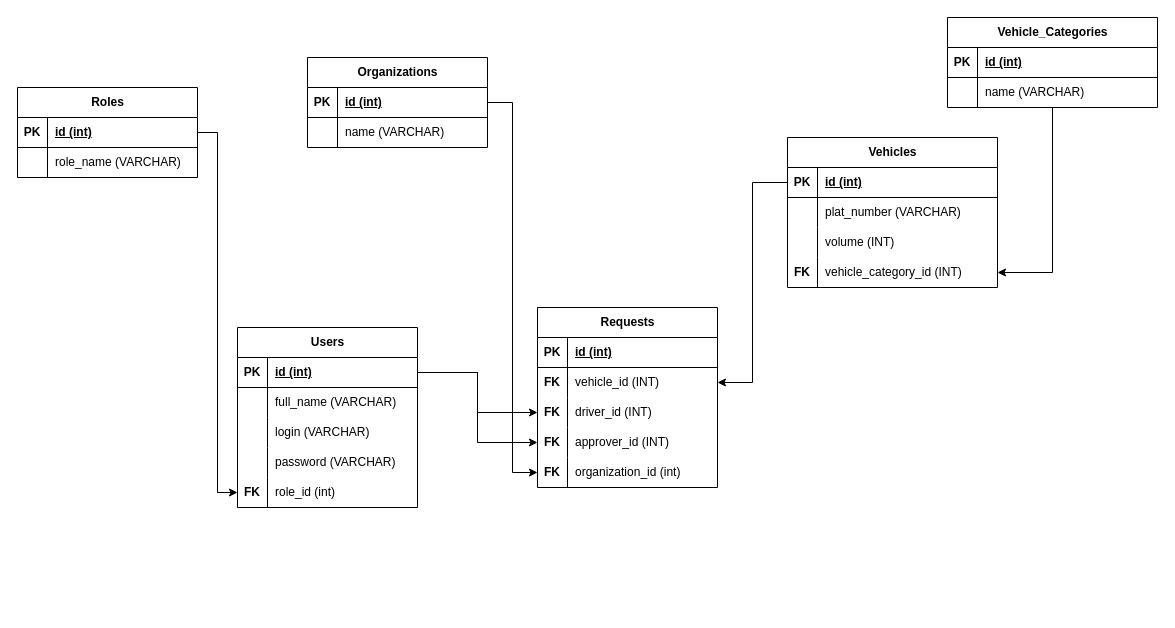
Before: torf-be.drawio in fao30/alena, a draw.io diagram. Source tidied: cells renumbered, new cells numbered last; positions are measured from the earlier drawing's top-left corner, leaving out a move shared by most shapes. Both pictures are drawn from the tidied source at 100%, with x=0, y=0 at pixel (17, 17).
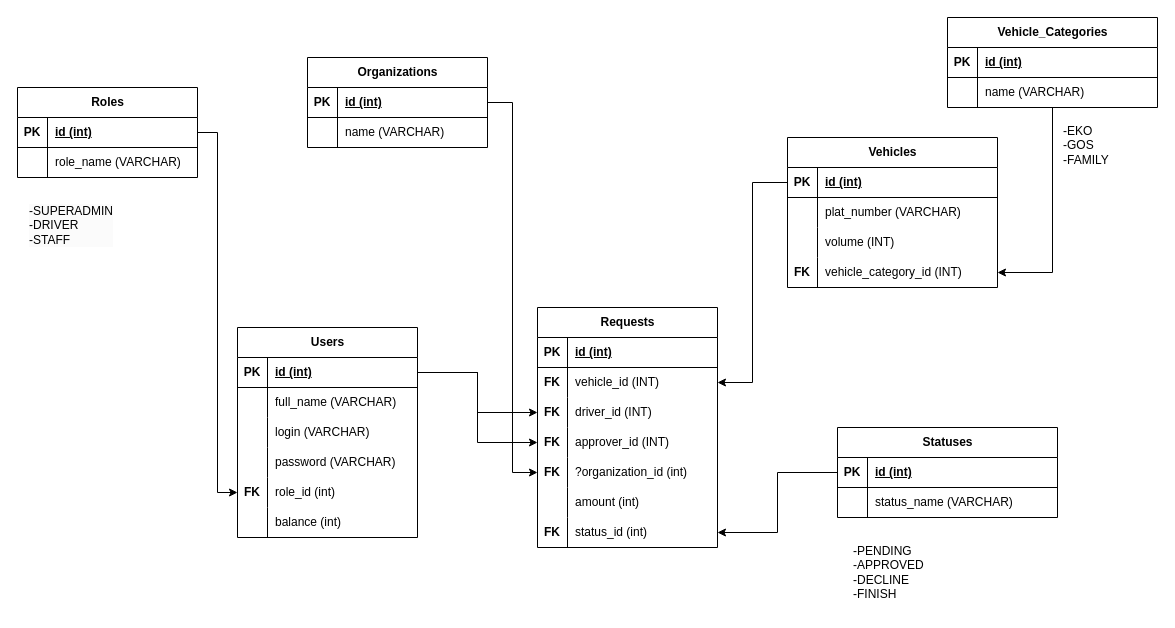
The same page after the edit.

Unchanged cells that the change refers to:
```xml
<mxCell id="67" style="shape=tableRow;horizontal=0;startSize=0;swimlaneHead=0;swimlaneBody=0;fillColor=none;points=[[0,0.5],[1,0.5]];portConstraint=eastwest;top=0;left=0;right=0;bottom=0;" parent="54" vertex="1">
  <mxGeometry y="150" width="180" height="30" as="geometry" />
</mxCell>
```

The edit, as a diff of the source:
```diff
@@
     <mxCell id="2" value="Users" style="shape=table;startSize=30;childLayout=tableLayout;rowLines=0;fontStyle=1;align=center;html=1;" parent="1" vertex="1">
-      <mxGeometry x="220" y="310" width="180" height="180" as="geometry" />
+      <mxGeometry x="220" y="310" width="180" height="210" as="geometry" />
     </mxCell>
@@
+    <mxCell id="74" style="shape=tableRow;horizontal=0;startSize=0;swimlaneHead=0;swimlaneBody=0;fillColor=none;top=0;left=0;right=0;bottom=0;" parent="2" vertex="1">
+      <mxGeometry y="180" width="180" height="30" as="geometry" />
+    </mxCell>
+    <mxCell id="75" style="shape=partialRectangle;fillColor=none;top=0;left=0;bottom=0;right=0;overflow=hidden;whiteSpace=wrap;html=1;" parent="74" vertex="1">
+      <mxGeometry width="30" height="30" as="geometry" />
+    </mxCell>
+    <mxCell id="76" value="balance (int)" style="shape=partialRectangle;fillColor=none;top=0;left=0;bottom=0;right=0;align=left;spacingLeft=6;overflow=hidden;whiteSpace=wrap;html=1;" parent="74" vertex="1">
+      <mxGeometry x="30" width="150" height="30" as="geometry" />
+    </mxCell>
@@
     <mxCell id="54" value="Requests" style="shape=table;startSize=30;childLayout=tableLayout;rowLines=0;fontStyle=1;align=center;html=1;" parent="1" vertex="1">
-      <mxGeometry x="520" y="290" width="180" height="180" as="geometry" />
+      <mxGeometry x="520" y="290" width="180" height="240" as="geometry" />
     </mxCell>
@@
-    <mxCell id="69" value="organization_id (int)" style="shape=partialRectangle;fillColor=none;top=0;left=0;bottom=0;right=0;align=left;spacingLeft=6;overflow=hidden;whiteSpace=wrap;html=1;" parent="67" vertex="1">
+    <mxCell id="69" value="?organization_id (int)" style="shape=partialRectangle;fillColor=none;top=0;left=0;bottom=0;right=0;align=left;spacingLeft=6;overflow=hidden;whiteSpace=wrap;html=1;" parent="67" vertex="1">
       <mxGeometry x="30" width="150" height="30" as="geometry" />
     </mxCell>
+    <mxCell id="77" style="shape=tableRow;horizontal=0;startSize=0;swimlaneHead=0;swimlaneBody=0;fillColor=none;top=0;left=0;right=0;bottom=0;" parent="54" vertex="1">
+      <mxGeometry y="180" width="180" height="30" as="geometry" />
+    </mxCell>
+    <mxCell id="78" style="shape=partialRectangle;fillColor=none;top=0;left=0;bottom=0;right=0;overflow=hidden;whiteSpace=wrap;html=1;" parent="77" vertex="1">
+      <mxGeometry width="30" height="30" as="geometry" />
+    </mxCell>
+    <mxCell id="79" value="amount (int)" style="shape=partialRectangle;fillColor=none;top=0;left=0;bottom=0;right=0;align=left;spacingLeft=6;overflow=hidden;whiteSpace=wrap;html=1;" parent="77" vertex="1">
+      <mxGeometry x="30" width="150" height="30" as="geometry" />
+    </mxCell>
+    <mxCell id="80" style="shape=tableRow;horizontal=0;startSize=0;swimlaneHead=0;swimlaneBody=0;fillColor=none;points=[[0,0.5],[1,0.5]];portConstraint=eastwest;top=0;left=0;right=0;bottom=0;" parent="54" vertex="1">
+      <mxGeometry y="210" width="180" height="30" as="geometry" />
+    </mxCell>
+    <mxCell id="81" value="&lt;b&gt;FK&lt;/b&gt;" style="shape=partialRectangle;fillColor=none;top=0;left=0;bottom=0;right=0;overflow=hidden;whiteSpace=wrap;html=1;" parent="80" vertex="1">
+      <mxGeometry width="30" height="30" as="geometry" />
+    </mxCell>
+    <mxCell id="82" value="status_id (int)" style="shape=partialRectangle;fillColor=none;top=0;left=0;bottom=0;right=0;align=left;spacingLeft=6;overflow=hidden;whiteSpace=wrap;html=1;" parent="80" vertex="1">
+      <mxGeometry x="30" width="150" height="30" as="geometry" />
+    </mxCell>
@@
+    <mxCell id="83" value="Statuses" style="shape=table;startSize=30;childLayout=tableLayout;rowLines=0;fontStyle=1;align=center;html=1;" parent="1" vertex="1">
+      <mxGeometry x="820" y="410" width="220" height="90" as="geometry" />
+    </mxCell>
+    <mxCell id="84" style="shape=tableRow;horizontal=0;startSize=0;swimlaneHead=0;swimlaneBody=0;fillColor=none;points=[[0,0.5],[1,0.5]];portConstraint=eastwest;top=0;left=0;right=0;bottom=1;" parent="83" vertex="1">
+      <mxGeometry y="30" width="220" height="30" as="geometry" />
+    </mxCell>
+    <mxCell id="85" value="PK" style="shape=partialRectangle;fillColor=none;top=0;left=0;bottom=0;right=0;fontStyle=1;overflow=hidden;whiteSpace=wrap;html=1;" parent="84" vertex="1">
+      <mxGeometry width="30" height="30" as="geometry" />
+    </mxCell>
+    <mxCell id="86" value="id (int)" style="shape=partialRectangle;fillColor=none;top=0;left=0;bottom=0;right=0;align=left;spacingLeft=6;fontStyle=5;overflow=hidden;whiteSpace=wrap;html=1;" parent="84" vertex="1">
+      <mxGeometry x="30" width="190" height="30" as="geometry" />
+    </mxCell>
+    <mxCell id="87" style="shape=tableRow;horizontal=0;startSize=0;swimlaneHead=0;swimlaneBody=0;fillColor=none;top=0;left=0;right=0;bottom=0;" parent="83" vertex="1">
+      <mxGeometry y="60" width="220" height="30" as="geometry" />
+    </mxCell>
+    <mxCell id="88" style="shape=partialRectangle;fillColor=none;top=0;left=0;bottom=0;right=0;overflow=hidden;whiteSpace=wrap;html=1;" parent="87" vertex="1">
+      <mxGeometry width="30" height="30" as="geometry" />
+    </mxCell>
+    <mxCell id="89" value="status_name (VARCHAR)" style="shape=partialRectangle;fillColor=none;top=0;left=0;bottom=0;right=0;align=left;spacingLeft=6;overflow=hidden;whiteSpace=wrap;html=1;" parent="87" vertex="1">
+      <mxGeometry x="30" width="190" height="30" as="geometry" />
+    </mxCell>
+    <mxCell id="90" style="edgeStyle=orthogonalEdgeStyle;rounded=0;jettySize=auto;html=1;entryX=1;entryY=0.5;entryDx=0;entryDy=0;" parent="1" edge="1" source="84" target="80">
+      <mxGeometry relative="1" as="geometry" />
+    </mxCell>
+    <mxCell id="91" value="-PENDING&lt;div&gt;-APPROVED&lt;/div&gt;&lt;div&gt;&lt;span style=&quot;background-color: initial;&quot;&gt;-DECLINE&lt;br&gt;&lt;/span&gt;&lt;div&gt;-FINISH&lt;/div&gt;&lt;/div&gt;&lt;div&gt;&lt;br&gt;&lt;/div&gt;" style="text;strokeColor=none;fillColor=none;spacingLeft=4;spacingRight=4;overflow=hidden;fontSize=12;whiteSpace=wrap;html=1;" parent="1" vertex="1">
+      <mxGeometry x="830" y="520" width="190" height="70" as="geometry" />
+    </mxCell>
+    <mxCell id="92" value="-EKO&lt;div&gt;-GOS&lt;br&gt;-FAMILY&lt;/div&gt;" style="text;strokeColor=none;fillColor=none;spacingLeft=4;spacingRight=4;overflow=hidden;fontSize=12;whiteSpace=wrap;html=1;" parent="1" vertex="1">
+      <mxGeometry x="1040" y="100" width="80" height="60" as="geometry" />
+    </mxCell>
+    <mxCell id="93" value="&lt;span style=&quot;color: rgb(0, 0, 0); font-family: Helvetica; font-size: 12px; font-style: normal; font-variant-ligatures: normal; font-variant-caps: normal; font-weight: 400; letter-spacing: normal; orphans: 2; text-align: left; text-indent: 0px; text-transform: none; widows: 2; word-spacing: 0px; -webkit-text-stroke-width: 0px; white-space: normal; background-color: rgb(251, 251, 251); text-decoration-thickness: initial; text-decoration-style: initial; text-decoration-color: initial; display: inline !important; float: none;&quot;&gt;-SUPERADMIN&lt;/span&gt;&lt;div style=&quot;forced-color-adjust: none; color: rgb(0, 0, 0); font-family: Helvetica; font-size: 12px; font-style: normal; font-variant-ligatures: normal; font-variant-caps: normal; font-weight: 400; letter-spacing: normal; orphans: 2; text-align: left; text-indent: 0px; text-transform: none; widows: 2; word-spacing: 0px; -webkit-text-stroke-width: 0px; white-space: normal; background-color: rgb(251, 251, 251); text-decoration-thickness: initial; text-decoration-style: initial; text-decoration-color: initial;&quot;&gt;-DRIVER&lt;br style=&quot;forced-color-adjust: none;&quot;&gt;-STAFF&lt;/div&gt;" style="text;whiteSpace=wrap;html=1;" parent="1" vertex="1">
+      <mxGeometry x="10" y="180" width="110" height="60" as="geometry" />
+    </mxCell>
```
